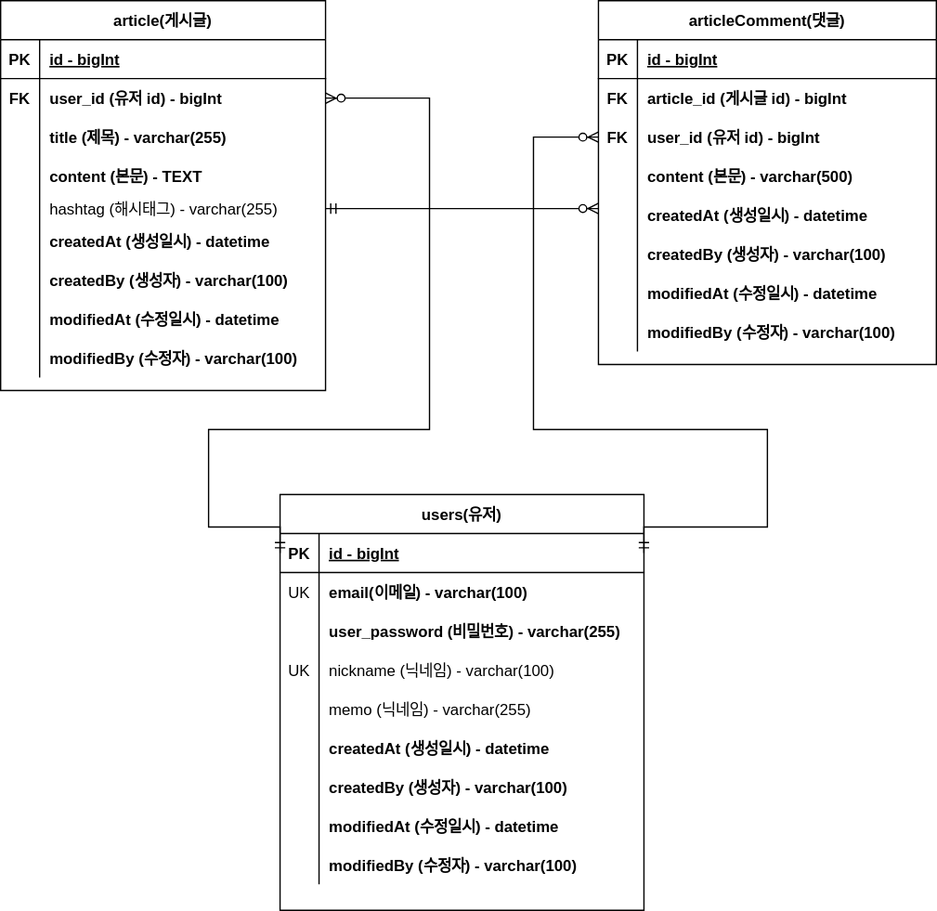
Earlier version of the draw.io export document/project-board-erd.svg (haaeee/board-toy-project). Source tidied: cells renumbered, new cells last; positions are measured from the earlier drawing's top-left corner, leaving out a move shared by most shapes.
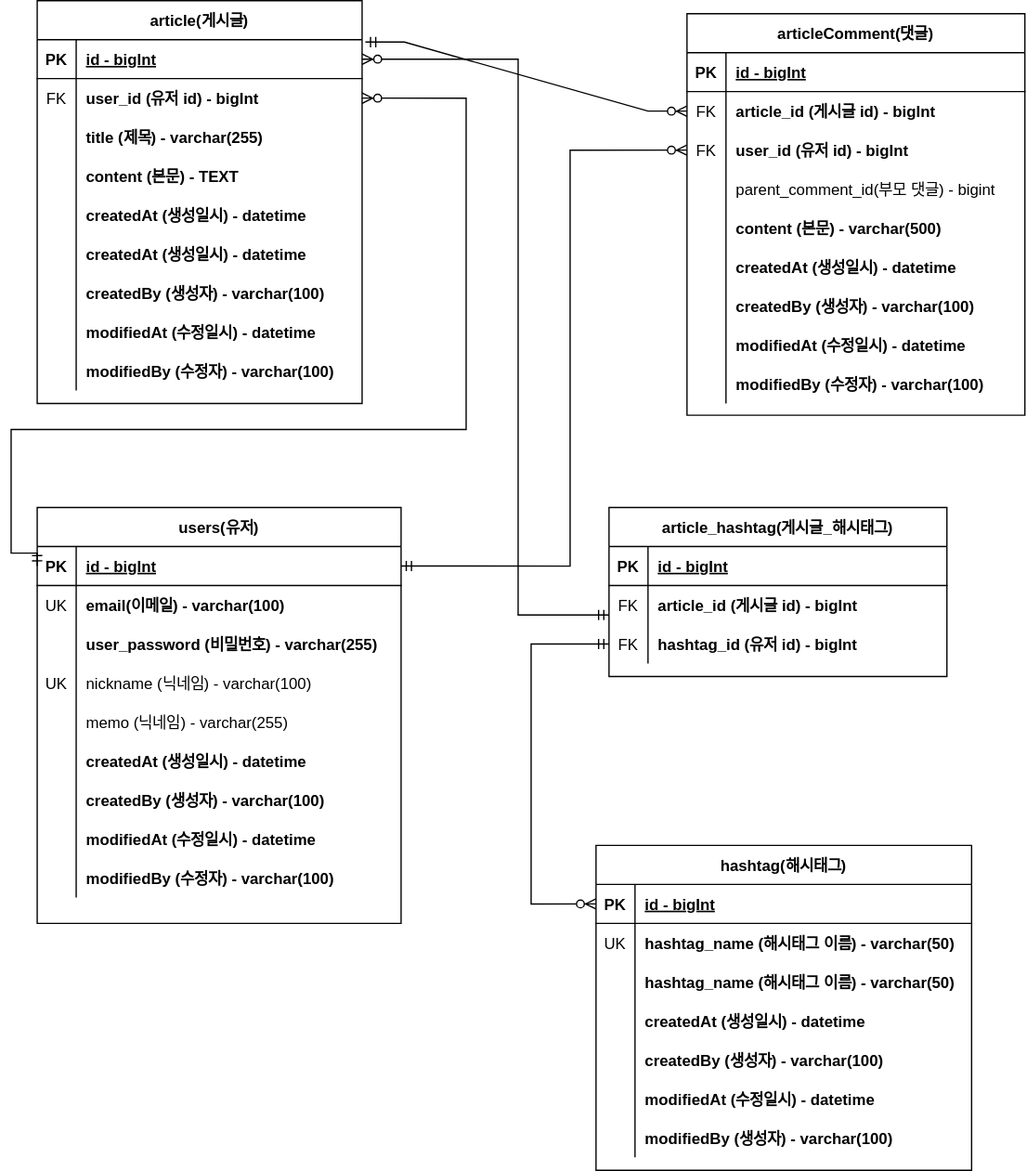
The same diagram one commit later.

Commit message:
#66 - project-board-erd.svg 업데이트: 대댓글, 해시태그

Change to the diagram source:
```diff
@@ -5,3 +5,3 @@
     <mxCell id="2" value="article(게시글)" style="shape=table;startSize=30;rowLines=0;fontStyle=1;align=center;" parent="1" vertex="1">
-      <mxGeometry width="250" height="300" as="geometry" />
+      <mxGeometry width="250" height="310" as="geometry" />
     </mxCell>
@@ -19,3 +19,3 @@
     </mxCell>
-    <mxCell id="7" value="FK" style="shape=partialRectangle;overflow=hidden;fillColor=none;top=0;left=0;bottom=0;right=0;fontStyle=1;" parent="6" vertex="1">
+    <mxCell id="7" value="FK" style="shape=partialRectangle;overflow=hidden;fillColor=none;top=0;left=0;bottom=0;right=0;fontStyle=0;" parent="6" vertex="1">
       <mxGeometry width="30" height="30" as="geometry" />
@@ -43,13 +43,4 @@
     </mxCell>
-    <mxCell id="15" style="shape=partialRectangle;fillColor=none;points=[[0,0.5],[1,0.5]];portConstraint=eastwest;top=0;left=0;right=0;bottom=0;" parent="2" vertex="1">
-      <mxGeometry y="150" width="250" height="20" as="geometry" />
-    </mxCell>
-    <mxCell id="16" style="shape=partialRectangle;overflow=hidden;fillColor=none;top=0;left=0;bottom=0;right=0;" parent="15" vertex="1">
-      <mxGeometry width="30" height="20" as="geometry" />
-    </mxCell>
-    <mxCell id="17" value="hashtag (해시태그) - varchar(255)" style="shape=partialRectangle;overflow=hidden;fillColor=none;top=0;left=0;bottom=0;right=0;align=left;spacingLeft=6;" parent="15" vertex="1">
-      <mxGeometry x="30" width="220" height="20" as="geometry" />
-    </mxCell>
     <mxCell id="18" style="shape=partialRectangle;fillColor=none;top=0;left=0;right=0;bottom=0;" parent="2" vertex="1">
-      <mxGeometry y="170" width="250" height="30" as="geometry" />
+      <mxGeometry y="150" width="250" height="30" as="geometry" />
     </mxCell>
@@ -61,4 +52,13 @@
     </mxCell>
+    <mxCell id="87" style="shape=partialRectangle;fillColor=none;top=0;left=0;right=0;bottom=0;" parent="2" vertex="1">
+      <mxGeometry y="180" width="250" height="30" as="geometry" />
+    </mxCell>
+    <mxCell id="88" style="shape=partialRectangle;overflow=hidden;fillColor=none;top=0;left=0;bottom=0;right=0;" parent="87" vertex="1">
+      <mxGeometry width="30" height="30" as="geometry" />
+    </mxCell>
+    <mxCell id="89" value="createdAt (생성일시) - datetime" style="shape=partialRectangle;overflow=hidden;fillColor=none;top=0;left=0;bottom=0;right=0;align=left;spacingLeft=6;fontStyle=1;" parent="87" vertex="1">
+      <mxGeometry x="30" width="220" height="30" as="geometry" />
+    </mxCell>
     <mxCell id="21" style="shape=partialRectangle;fillColor=none;top=0;left=0;right=0;bottom=0;" parent="2" vertex="1">
-      <mxGeometry y="200" width="250" height="30" as="geometry" />
+      <mxGeometry y="210" width="250" height="30" as="geometry" />
     </mxCell>
@@ -71,3 +71,3 @@
     <mxCell id="24" style="shape=partialRectangle;fillColor=none;top=0;left=0;right=0;bottom=0;" parent="2" vertex="1">
-      <mxGeometry y="230" width="250" height="30" as="geometry" />
+      <mxGeometry y="240" width="250" height="30" as="geometry" />
     </mxCell>
@@ -80,3 +80,3 @@
     <mxCell id="27" style="shape=partialRectangle;fillColor=none;top=0;left=0;right=0;bottom=0;" parent="2" vertex="1">
-      <mxGeometry y="260" width="250" height="30" as="geometry" />
+      <mxGeometry y="270" width="250" height="30" as="geometry" />
     </mxCell>
@@ -89,3 +89,3 @@
     <mxCell id="30" value="articleComment(댓글)" style="shape=table;startSize=30;rowLines=0;fontStyle=1;align=center;" parent="1" vertex="1">
-      <mxGeometry x="460" width="260" height="280" as="geometry" />
+      <mxGeometry x="500" y="10" width="260" height="309" as="geometry" />
     </mxCell>
@@ -103,3 +103,3 @@
     </mxCell>
-    <mxCell id="35" value="FK" style="shape=partialRectangle;overflow=hidden;fillColor=none;top=0;left=0;bottom=0;right=0;fontStyle=1;" parent="34" vertex="1">
+    <mxCell id="35" value="FK" style="shape=partialRectangle;overflow=hidden;fillColor=none;top=0;left=0;bottom=0;right=0;fontStyle=0;" parent="34" vertex="1">
       <mxGeometry width="30" height="30" as="geometry" />
@@ -112,3 +112,3 @@
     </mxCell>
-    <mxCell id="38" value="FK" style="shape=partialRectangle;overflow=hidden;fillColor=none;top=0;left=0;bottom=0;right=0;fontStyle=1;" parent="37" vertex="1">
+    <mxCell id="38" value="FK" style="shape=partialRectangle;overflow=hidden;fillColor=none;top=0;left=0;bottom=0;right=0;fontStyle=0;" parent="37" vertex="1">
       <mxGeometry width="30" height="30" as="geometry" />
@@ -118,4 +118,13 @@
     </mxCell>
+    <mxCell id="90" style="shape=partialRectangle;fillColor=none;top=0;left=0;right=0;bottom=0;" parent="30" vertex="1">
+      <mxGeometry y="120" width="260" height="30" as="geometry" />
+    </mxCell>
+    <mxCell id="91" style="shape=partialRectangle;overflow=hidden;fillColor=none;top=0;left=0;bottom=0;right=0;" parent="90" vertex="1">
+      <mxGeometry width="30" height="30" as="geometry" />
+    </mxCell>
+    <mxCell id="92" value="parent_comment_id(부모 댓글) - bigint" style="shape=partialRectangle;overflow=hidden;fillColor=none;top=0;left=0;bottom=0;right=0;align=left;spacingLeft=6;fontStyle=0;" parent="90" vertex="1">
+      <mxGeometry x="30" width="230" height="30" as="geometry" />
+    </mxCell>
     <mxCell id="40" style="shape=partialRectangle;fillColor=none;top=0;left=0;right=0;bottom=0;" parent="30" vertex="1">
-      <mxGeometry y="120" width="260" height="30" as="geometry" />
+      <mxGeometry y="150" width="260" height="30" as="geometry" />
     </mxCell>
@@ -128,3 +137,3 @@
     <mxCell id="43" style="shape=partialRectangle;fillColor=none;points=[[0,0.5],[1,0.5]];portConstraint=eastwest;top=0;left=0;right=0;bottom=0;" parent="30" vertex="1">
-      <mxGeometry y="150" width="260" height="30" as="geometry" />
+      <mxGeometry y="180" width="260" height="30" as="geometry" />
     </mxCell>
@@ -137,3 +146,3 @@
     <mxCell id="46" style="shape=partialRectangle;fillColor=none;top=0;left=0;right=0;bottom=0;" parent="30" vertex="1">
-      <mxGeometry y="180" width="260" height="30" as="geometry" />
+      <mxGeometry y="210" width="260" height="30" as="geometry" />
     </mxCell>
@@ -146,3 +155,3 @@
     <mxCell id="49" style="shape=partialRectangle;fillColor=none;top=0;left=0;right=0;bottom=0;" parent="30" vertex="1">
-      <mxGeometry y="210" width="260" height="30" as="geometry" />
+      <mxGeometry y="240" width="260" height="30" as="geometry" />
     </mxCell>
@@ -155,3 +164,3 @@
     <mxCell id="52" style="shape=partialRectangle;fillColor=none;top=0;left=0;right=0;bottom=0;" parent="30" vertex="1">
-      <mxGeometry y="240" width="260" height="30" as="geometry" />
+      <mxGeometry y="270" width="260" height="30" as="geometry" />
     </mxCell>
@@ -163,3 +172,3 @@
     </mxCell>
-    <mxCell id="55" style="edgeStyle=entityRelationEdgeStyle;fontSize=12;html=1;endArrow=ERzeroToMany;startArrow=ERmandOne;rounded=0;exitX=1;exitY=0.5;exitDx=0;exitDy=0;entryX=0;entryY=0.333;entryDx=0;entryDy=0;entryPerimeter=0;" parent="1" edge="1" source="15" target="43">
+    <mxCell id="55" style="edgeStyle=entityRelationEdgeStyle;fontSize=12;html=1;endArrow=ERzeroToMany;startArrow=ERmandOne;rounded=0;exitX=1.01;exitY=0.062;exitDx=0;exitDy=0;exitPerimeter=0;entryX=0;entryY=0.5;entryDx=0;entryDy=0;" parent="1" edge="1" source="3" target="34">
       <mxGeometry relative="1" as="geometry" />
@@ -167,3 +176,3 @@
     <mxCell id="56" value="users(유저)" style="shape=table;startSize=30;rowLines=0;fontStyle=1;align=center;" parent="1" vertex="1">
-      <mxGeometry x="215" y="380" width="280" height="320" as="geometry" />
+      <mxGeometry y="390" width="280" height="320" as="geometry" />
     </mxCell>
@@ -264,5 +273,4 @@
         <Array as="points">
-          <mxPoint x="215" y="405" />
-          <mxPoint x="160" y="405" />
-          <mxPoint x="160" y="330" />
+          <mxPoint x="-20" y="425" />
+          <mxPoint x="-20" y="330" />
           <mxPoint x="330" y="330" />
@@ -275,6 +283,4 @@
         <Array as="points">
-          <mxPoint x="590" y="405" />
-          <mxPoint x="590" y="330" />
-          <mxPoint x="410" y="330" />
-          <mxPoint x="410" y="105" />
+          <mxPoint x="410" y="435" />
+          <mxPoint x="410" y="115" />
         </Array>
@@ -282,2 +288,114 @@
     </mxCell>
+    <mxCell id="93" value="article_hashtag(게시글_해시태그)" style="shape=table;startSize=30;rowLines=0;fontStyle=1;align=center;" parent="1" vertex="1">
+      <mxGeometry x="440" y="390" width="260" height="130" as="geometry" />
+    </mxCell>
+    <mxCell id="94" style="shape=partialRectangle;fillColor=none;top=0;left=0;right=0;bottom=1;" parent="93" vertex="1">
+      <mxGeometry y="30" width="260" height="30" as="geometry" />
+    </mxCell>
+    <mxCell id="95" value="PK" style="shape=partialRectangle;overflow=hidden;fillColor=none;top=0;left=0;bottom=0;right=0;fontStyle=1;" parent="94" vertex="1">
+      <mxGeometry width="30" height="30" as="geometry" />
+    </mxCell>
+    <mxCell id="96" value="id - bigInt" style="shape=partialRectangle;overflow=hidden;fillColor=none;top=0;left=0;bottom=0;right=0;align=left;spacingLeft=6;fontStyle=5;" parent="94" vertex="1">
+      <mxGeometry x="30" width="230" height="30" as="geometry" />
+    </mxCell>
+    <mxCell id="97" style="shape=partialRectangle;fillColor=none;points=[[0,0.5],[1,0.5]];portConstraint=eastwest;top=0;left=0;right=0;bottom=0;" parent="93" vertex="1">
+      <mxGeometry y="60" width="260" height="30" as="geometry" />
+    </mxCell>
+    <mxCell id="98" value="FK" style="shape=partialRectangle;overflow=hidden;fillColor=none;top=0;left=0;bottom=0;right=0;fontStyle=0;" parent="97" vertex="1">
+      <mxGeometry width="30" height="30" as="geometry" />
+    </mxCell>
+    <mxCell id="99" value="article_id (게시글 id) - bigInt" style="shape=partialRectangle;overflow=hidden;fillColor=none;top=0;left=0;bottom=0;right=0;align=left;spacingLeft=6;fontStyle=1;" parent="97" vertex="1">
+      <mxGeometry x="30" width="230" height="30" as="geometry" />
+    </mxCell>
+    <mxCell id="100" style="shape=partialRectangle;fillColor=none;points=[[0,0.5],[1,0.5]];portConstraint=eastwest;top=0;left=0;right=0;bottom=0;" parent="93" vertex="1">
+      <mxGeometry y="90" width="260" height="30" as="geometry" />
+    </mxCell>
+    <mxCell id="101" value="FK" style="shape=partialRectangle;overflow=hidden;fillColor=none;top=0;left=0;bottom=0;right=0;fontStyle=0;" parent="100" vertex="1">
+      <mxGeometry width="30" height="30" as="geometry" />
+    </mxCell>
+    <mxCell id="102" value="hashtag_id (유저 id) - bigInt" style="shape=partialRectangle;overflow=hidden;fillColor=none;top=0;left=0;bottom=0;right=0;align=left;spacingLeft=6;fontStyle=1;" parent="100" vertex="1">
+      <mxGeometry x="30" width="230" height="30" as="geometry" />
+    </mxCell>
+    <mxCell id="103" style="edgeStyle=orthogonalEdgeStyle;fontSize=12;html=1;endArrow=ERzeroToMany;startArrow=ERmandOne;rounded=0;exitX=0;exitY=0.756;exitDx=0;exitDy=0;entryX=1;entryY=0.5;entryDx=0;entryDy=0;exitPerimeter=0;" parent="1" edge="1" source="97" target="3">
+      <mxGeometry relative="1" as="geometry">
+        <Array as="points">
+          <mxPoint x="370" y="473" />
+          <mxPoint x="370" y="45" />
+        </Array>
+      </mxGeometry>
+    </mxCell>
+    <mxCell id="104" value="hashtag(해시태그)" style="shape=table;startSize=30;rowLines=0;fontStyle=1;align=center;" parent="1" vertex="1">
+      <mxGeometry x="430" y="650" width="289" height="250" as="geometry" />
+    </mxCell>
+    <mxCell id="105" style="shape=partialRectangle;fillColor=none;points=[[0,0.5],[1,0.5]];portConstraint=eastwest;top=0;left=0;right=0;bottom=1;" parent="104" vertex="1">
+      <mxGeometry y="30" width="289" height="30" as="geometry" />
+    </mxCell>
+    <mxCell id="106" value="PK" style="shape=partialRectangle;overflow=hidden;fillColor=none;top=0;left=0;bottom=0;right=0;fontStyle=1;" parent="105" vertex="1">
+      <mxGeometry width="30" height="30" as="geometry" />
+    </mxCell>
+    <mxCell id="107" value="id - bigInt" style="shape=partialRectangle;overflow=hidden;fillColor=none;top=0;left=0;bottom=0;right=0;align=left;spacingLeft=6;fontStyle=5;" parent="105" vertex="1">
+      <mxGeometry x="30" width="259" height="30" as="geometry" />
+    </mxCell>
+    <mxCell id="108" style="shape=partialRectangle;fillColor=none;top=0;left=0;right=0;bottom=0;" parent="104" vertex="1">
+      <mxGeometry y="60" width="289" height="30" as="geometry" />
+    </mxCell>
+    <mxCell id="109" value="UK" style="shape=partialRectangle;overflow=hidden;fillColor=none;top=0;left=0;bottom=0;right=0;fontStyle=0;" parent="108" vertex="1">
+      <mxGeometry width="30" height="30" as="geometry" />
+    </mxCell>
+    <mxCell id="110" value="hashtag_name (해시태그 이름) - varchar(50)" style="shape=partialRectangle;overflow=hidden;fillColor=none;top=0;left=0;bottom=0;right=0;align=left;spacingLeft=6;fontStyle=1;" parent="108" vertex="1">
+      <mxGeometry x="30" width="259" height="30" as="geometry" />
+    </mxCell>
+    <mxCell id="111" style="shape=partialRectangle;fillColor=none;top=0;left=0;right=0;bottom=0;" parent="104" vertex="1">
+      <mxGeometry y="90" width="289" height="30" as="geometry" />
+    </mxCell>
+    <mxCell id="112" style="shape=partialRectangle;overflow=hidden;fillColor=none;top=0;left=0;bottom=0;right=0;fontStyle=1;" parent="111" vertex="1">
+      <mxGeometry width="30" height="30" as="geometry" />
+    </mxCell>
+    <mxCell id="113" value="hashtag_name (해시태그 이름) - varchar(50)" style="shape=partialRectangle;overflow=hidden;fillColor=none;top=0;left=0;bottom=0;right=0;align=left;spacingLeft=6;fontStyle=1;" parent="111" vertex="1">
+      <mxGeometry x="30" width="259" height="30" as="geometry" />
+    </mxCell>
+    <mxCell id="114" style="shape=partialRectangle;fillColor=none;top=0;left=0;right=0;bottom=0;" parent="104" vertex="1">
+      <mxGeometry y="120" width="289" height="30" as="geometry" />
+    </mxCell>
+    <mxCell id="115" style="shape=partialRectangle;overflow=hidden;fillColor=none;top=0;left=0;bottom=0;right=0;fontStyle=1;" parent="114" vertex="1">
+      <mxGeometry width="30" height="30" as="geometry" />
+    </mxCell>
+    <mxCell id="116" value="createdAt (생성일시) - datetime" style="shape=partialRectangle;overflow=hidden;fillColor=none;top=0;left=0;bottom=0;right=0;align=left;spacingLeft=6;fontStyle=1;" parent="114" vertex="1">
+      <mxGeometry x="30" width="259" height="30" as="geometry" />
+    </mxCell>
+    <mxCell id="117" style="shape=partialRectangle;fillColor=none;top=0;left=0;right=0;bottom=0;" parent="104" vertex="1">
+      <mxGeometry y="150" width="289" height="30" as="geometry" />
+    </mxCell>
+    <mxCell id="118" style="shape=partialRectangle;overflow=hidden;fillColor=none;top=0;left=0;bottom=0;right=0;fontStyle=1;" parent="117" vertex="1">
+      <mxGeometry width="30" height="30" as="geometry" />
+    </mxCell>
+    <mxCell id="119" value="createdBy (생성자) - varchar(100)" style="shape=partialRectangle;overflow=hidden;fillColor=none;top=0;left=0;bottom=0;right=0;align=left;spacingLeft=6;fontStyle=1;" parent="117" vertex="1">
+      <mxGeometry x="30" width="259" height="30" as="geometry" />
+    </mxCell>
+    <mxCell id="120" style="shape=partialRectangle;fillColor=none;top=0;left=0;right=0;bottom=0;" parent="104" vertex="1">
+      <mxGeometry y="180" width="289" height="30" as="geometry" />
+    </mxCell>
+    <mxCell id="121" style="shape=partialRectangle;overflow=hidden;fillColor=none;top=0;left=0;bottom=0;right=0;fontStyle=1;" parent="120" vertex="1">
+      <mxGeometry width="30" height="30" as="geometry" />
+    </mxCell>
+    <mxCell id="122" value="modifiedAt (수정일시) - datetime" style="shape=partialRectangle;overflow=hidden;fillColor=none;top=0;left=0;bottom=0;right=0;align=left;spacingLeft=6;fontStyle=1;" parent="120" vertex="1">
+      <mxGeometry x="30" width="259" height="30" as="geometry" />
+    </mxCell>
+    <mxCell id="123" style="shape=partialRectangle;fillColor=none;top=0;left=0;right=0;bottom=0;" parent="104" vertex="1">
+      <mxGeometry y="210" width="289" height="30" as="geometry" />
+    </mxCell>
+    <mxCell id="124" style="shape=partialRectangle;overflow=hidden;fillColor=none;top=0;left=0;bottom=0;right=0;fontStyle=1;" parent="123" vertex="1">
+      <mxGeometry width="30" height="30" as="geometry" />
+    </mxCell>
+    <mxCell id="125" value="modifiedBy (생성자) - varchar(100)" style="shape=partialRectangle;overflow=hidden;fillColor=none;top=0;left=0;bottom=0;right=0;align=left;spacingLeft=6;fontStyle=1;" parent="123" vertex="1">
+      <mxGeometry x="30" width="259" height="30" as="geometry" />
+    </mxCell>
+    <mxCell id="126" style="edgeStyle=orthogonalEdgeStyle;fontSize=12;html=1;endArrow=ERzeroToMany;startArrow=ERmandOne;rounded=0;exitX=0;exitY=0.5;exitDx=0;exitDy=0;entryX=0;entryY=0.5;entryDx=0;entryDy=0;" parent="1" edge="1" source="100" target="105">
+      <mxGeometry relative="1" as="geometry">
+        <Array as="points">
+          <mxPoint x="380" y="495" />
+          <mxPoint x="380" y="695" />
+        </Array>
+      </mxGeometry>
+    </mxCell>
   </root>
```
